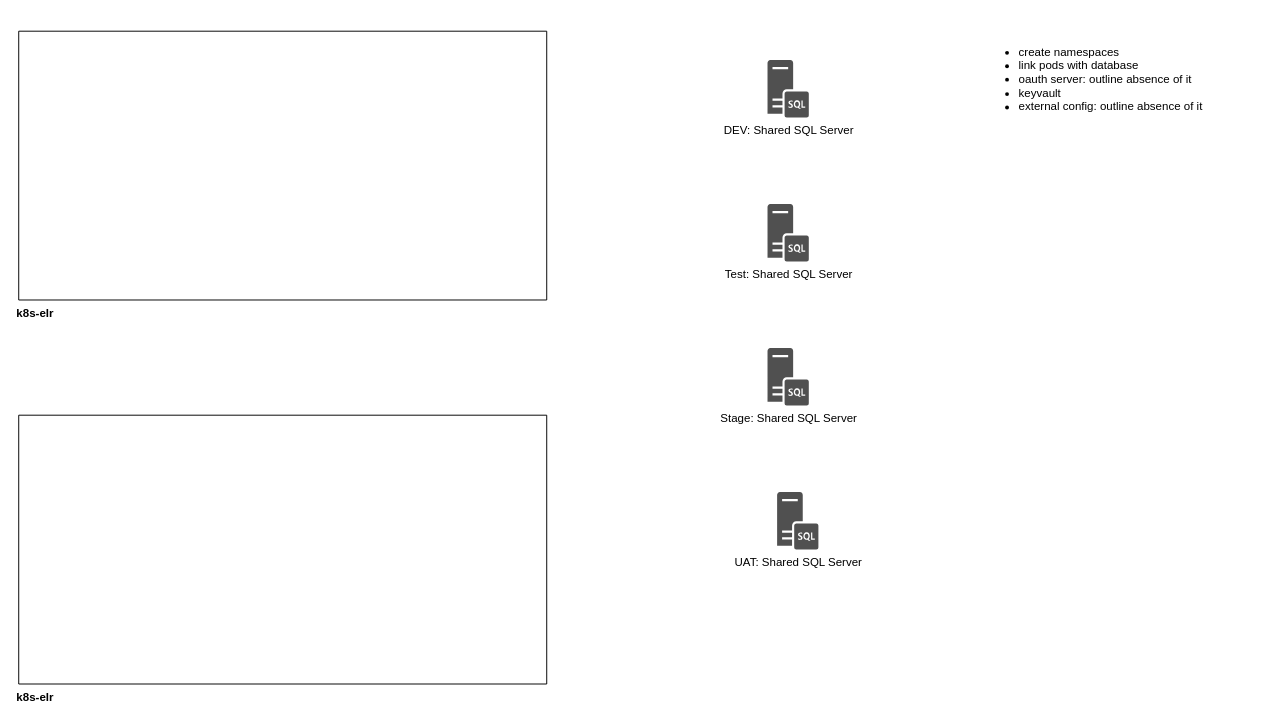
Earlier version of the draw.io diagram page "components" (1 of 3) of k8s.drawio (rvashishth/diagrams-draw-io). Source tidied: cells renumbered, new cells numbered last; positions are measured from the earlier drawing's top-left corner, leaving out a move shared by most shapes. Both pictures are drawn from the tidied source at 96%, with x=0, y=0 at pixel (18, 31).
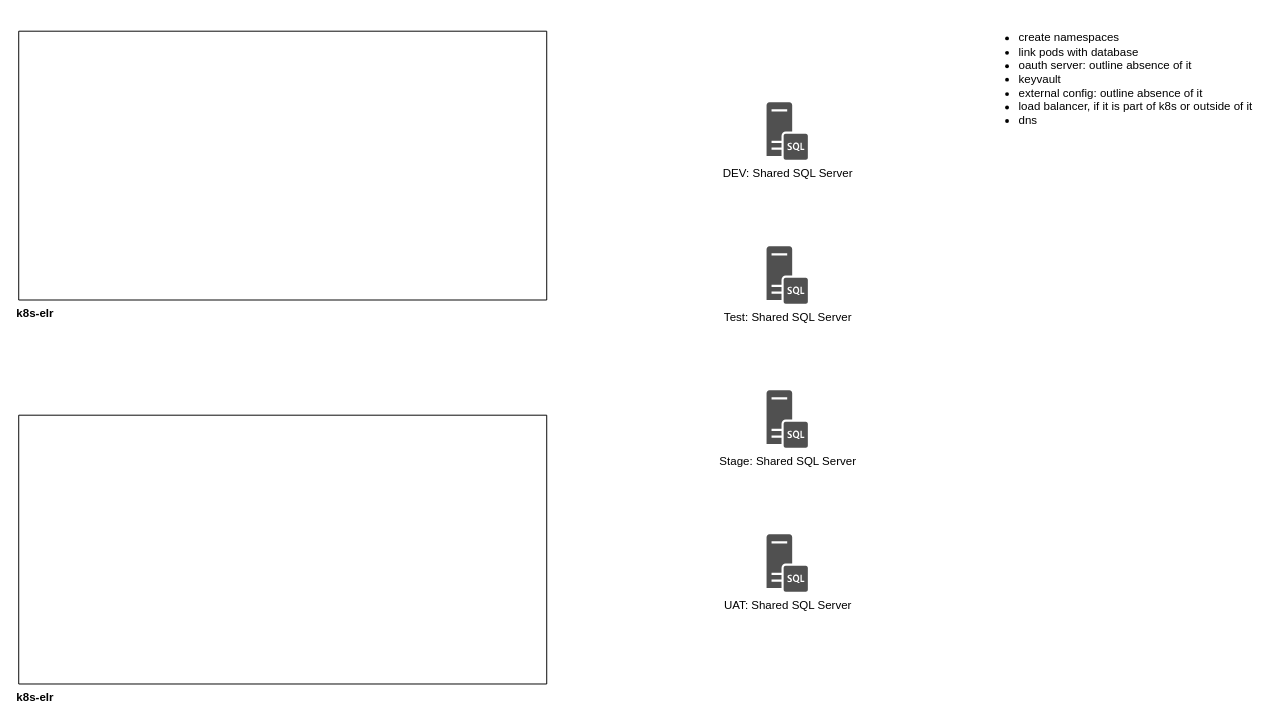
Above is the later version.

What changed in the source:
```diff
@@
 <mxGraphModel>
   <root>
     <mxCell id="0" />
     <mxCell id="1" parent="0" />
     <mxCell id="2" value="k8s-elr" style="swimlane;startSize=0;labelPosition=left;verticalLabelPosition=bottom;align=right;verticalAlign=top;textDirection=rtl;" parent="1" vertex="1">
       <mxGeometry width="550" height="280" as="geometry" />
     </mxCell>
     <mxCell id="3" value="DEV: Shared SQL Server" style="sketch=0;shadow=0;dashed=0;html=1;strokeColor=none;fillColor=#505050;labelPosition=center;verticalLabelPosition=bottom;verticalAlign=top;align=center;shape=mxgraph.office.servers.sql_server;textDirection=ltr;" parent="1" vertex="1">
-      <mxGeometry x="780" y="30" width="43" height="60" as="geometry" />
+      <mxGeometry x="779" y="74" width="43" height="60" as="geometry" />
     </mxCell>
     <mxCell id="4" value="Test: Shared SQL Server" style="sketch=0;shadow=0;dashed=0;html=1;strokeColor=none;fillColor=#505050;labelPosition=center;verticalLabelPosition=bottom;verticalAlign=top;align=center;shape=mxgraph.office.servers.sql_server;textDirection=ltr;" parent="1" vertex="1">
-      <mxGeometry x="780" y="180" width="43" height="60" as="geometry" />
+      <mxGeometry x="779" y="224" width="43" height="60" as="geometry" />
     </mxCell>
     <mxCell id="5" value="UAT: Shared SQL Server" style="sketch=0;shadow=0;dashed=0;html=1;strokeColor=none;fillColor=#505050;labelPosition=center;verticalLabelPosition=bottom;verticalAlign=top;align=center;shape=mxgraph.office.servers.sql_server;" parent="1" vertex="1">
-      <mxGeometry x="790" y="480" width="43" height="60" as="geometry" />
+      <mxGeometry x="779" y="524" width="43" height="60" as="geometry" />
     </mxCell>
     <mxCell id="6" value="Stage: Shared SQL Server" style="sketch=0;shadow=0;dashed=0;html=1;strokeColor=none;fillColor=#505050;labelPosition=center;verticalLabelPosition=bottom;verticalAlign=top;align=center;shape=mxgraph.office.servers.sql_server;textDirection=ltr;" parent="1" vertex="1">
-      <mxGeometry x="780" y="330" width="43" height="60" as="geometry" />
+      <mxGeometry x="779" y="374" width="43" height="60" as="geometry" />
     </mxCell>
     <mxCell id="7" value="k8s-elr" style="swimlane;startSize=0;labelPosition=left;verticalLabelPosition=bottom;align=right;verticalAlign=top;textDirection=rtl;" parent="1" vertex="1">
       <mxGeometry y="400" width="550" height="280" as="geometry" />
     </mxCell>
-    <mxCell id="8" value="&lt;ul&gt;&lt;li&gt;create namespaces&lt;/li&gt;&lt;li&gt;link pods with database&lt;/li&gt;&lt;li&gt;oauth server: outline absence of it&lt;/li&gt;&lt;li&gt;keyvault&lt;/li&gt;&lt;li&gt;external config: outline absence of it&lt;/li&gt;&lt;/ul&gt;" style="text;html=1;align=left;verticalAlign=middle;strokeColor=none;fillColor=none;" parent="1" vertex="1">
-      <mxGeometry x="1000" width="250" height="100" as="geometry" />
+    <mxCell id="8" value="&lt;ul&gt;&lt;li&gt;create namespaces&lt;/li&gt;&lt;li&gt;link pods with database&lt;/li&gt;&lt;li&gt;oauth server: outline absence of it&lt;/li&gt;&lt;li&gt;keyvault&lt;/li&gt;&lt;li&gt;external config: outline absence of it&lt;/li&gt;&lt;li&gt;load balancer, if it is part of k8s or outside of it&lt;/li&gt;&lt;li&gt;dns&lt;/li&gt;&lt;/ul&gt;" style="text;html=1;align=left;verticalAlign=middle;strokeColor=none;fillColor=none;" parent="1" vertex="1">
+      <mxGeometry x="1000" y="-15" width="300" height="130" as="geometry" />
     </mxCell>
   </root>
 </mxGraphModel>
```
